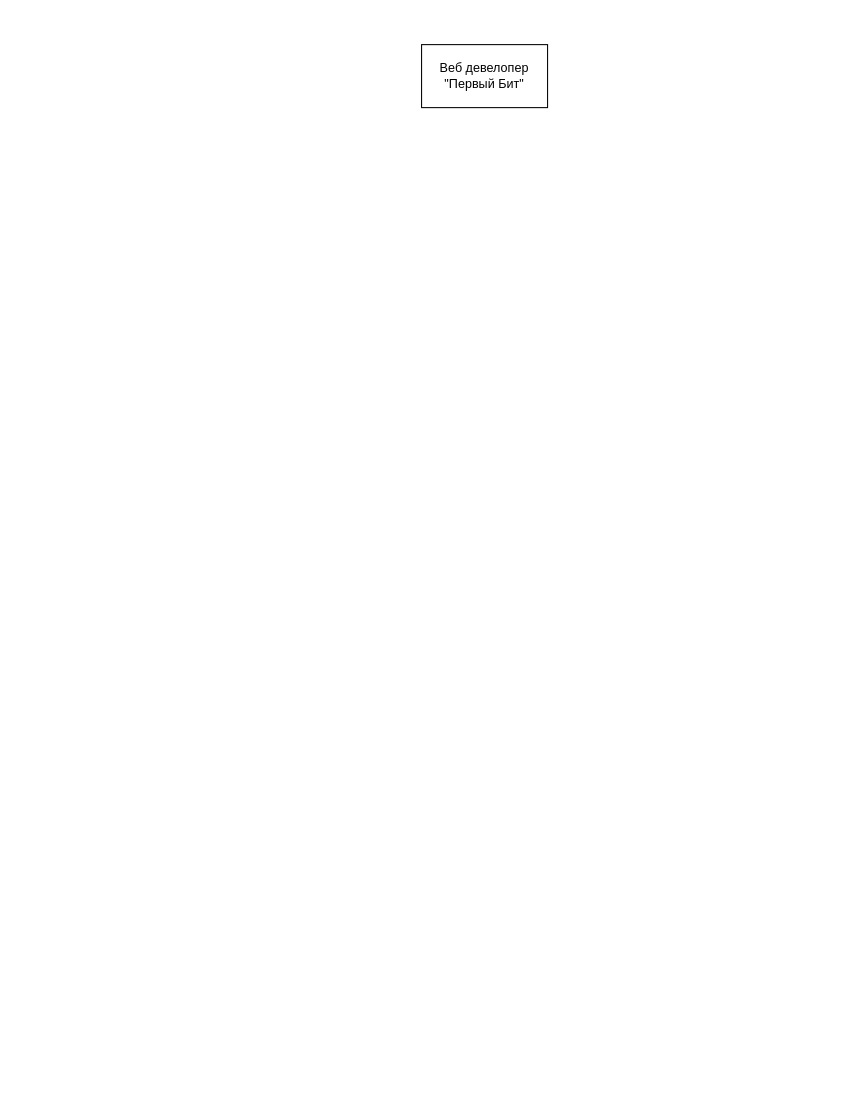
This is 03.Tasks/Task03.drawio from allseenn/bp, a draw.io file, before an edit. Source tidied: cells renumbered, new cells numbered last; positions are measured from the earlier drawing's top-left corner, leaving out a move shared by most shapes. Both pictures are drawn from the tidied source at 105%, with x=0, y=0 at pixel (421, 44).
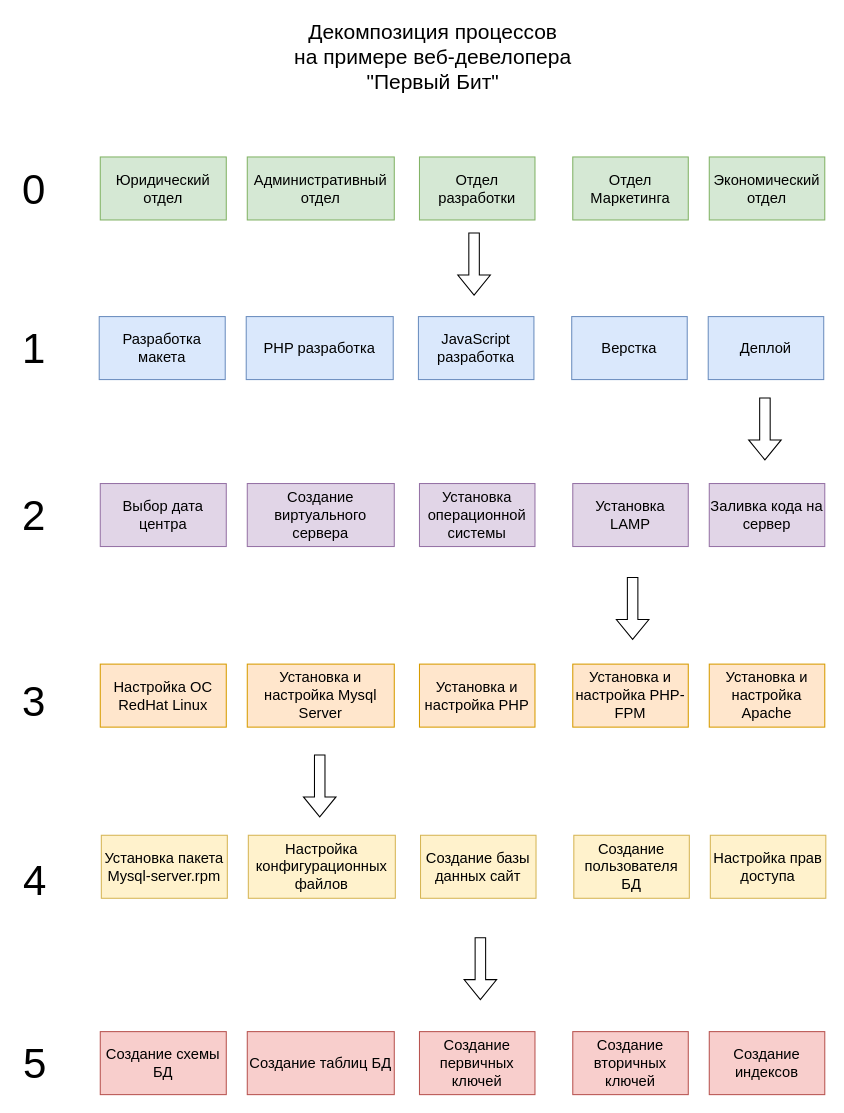
Above is the later version.

The edit, as a diff of the source:
```diff
@@
-    <mxCell id="2" value="&lt;div&gt;Веб девелопер&lt;/div&gt;&lt;div&gt;&quot;Первый Бит&quot;&lt;br&gt;&lt;/div&gt;" style="rounded=0;whiteSpace=wrap;html=1;" parent="1" vertex="1">
-      <mxGeometry width="120" height="60" as="geometry" />
-    </mxCell>
+    <mxCell id="3" value="&lt;font style=&quot;font-size: 20px;&quot;&gt;Декомпозиция процессов&lt;br&gt;&lt;/font&gt;&lt;div style=&quot;font-size: 20px;&quot;&gt;&lt;font style=&quot;font-size: 20px;&quot;&gt;на примере веб-девелопера&lt;/font&gt;&lt;/div&gt;&lt;div style=&quot;font-size: 20px;&quot;&gt;&lt;font style=&quot;font-size: 20px;&quot;&gt;&quot;Первый Бит&quot;&lt;font style=&quot;font-size: 20px;&quot;&gt;&lt;br&gt;&lt;/font&gt;&lt;/font&gt;&lt;/div&gt;" style="text;html=1;strokeColor=none;fillColor=none;align=center;verticalAlign=middle;whiteSpace=wrap;rounded=0;" parent="1" vertex="1">
+      <mxGeometry x="-144" y="-14" width="310" height="50" as="geometry" />
+    </mxCell>
+    <mxCell id="4" value="Административный отдел" style="rounded=0;whiteSpace=wrap;html=1;fontSize=14;fillColor=#d5e8d4;strokeColor=#82b366;" parent="1" vertex="1">
+      <mxGeometry x="-166" y="107" width="140" height="60" as="geometry" />
+    </mxCell>
+    <mxCell id="5" value="Отдел разработки" style="rounded=0;whiteSpace=wrap;html=1;fontSize=14;fillColor=#d5e8d4;strokeColor=#82b366;" parent="1" vertex="1">
+      <mxGeometry x="-2" y="107" width="110" height="60" as="geometry" />
+    </mxCell>
+    <mxCell id="6" value="Экономический отдел" style="rounded=0;whiteSpace=wrap;html=1;fontSize=14;fillColor=#d5e8d4;strokeColor=#82b366;" parent="1" vertex="1">
+      <mxGeometry x="274" y="107" width="110" height="60" as="geometry" />
+    </mxCell>
+    <mxCell id="7" value="Юридический отдел" style="rounded=0;whiteSpace=wrap;html=1;fontSize=14;fillColor=#d5e8d4;strokeColor=#82b366;" parent="1" vertex="1">
+      <mxGeometry x="-306" y="107" width="120" height="60" as="geometry" />
+    </mxCell>
+    <mxCell id="8" value="&lt;div&gt;Отдел Маркетинга&lt;br&gt;&lt;/div&gt;" style="rounded=0;whiteSpace=wrap;html=1;fontSize=14;fillColor=#d5e8d4;strokeColor=#82b366;" parent="1" vertex="1">
+      <mxGeometry x="144" y="107" width="110" height="60" as="geometry" />
+    </mxCell>
+    <mxCell id="9" value="PHP разработка" style="rounded=0;whiteSpace=wrap;html=1;fontSize=14;fillColor=#dae8fc;strokeColor=#6c8ebf;" parent="1" vertex="1">
+      <mxGeometry x="-167" y="259" width="140" height="60" as="geometry" />
+    </mxCell>
+    <mxCell id="10" value="JavaScript разработка" style="rounded=0;whiteSpace=wrap;html=1;fontSize=14;fillColor=#dae8fc;strokeColor=#6c8ebf;" parent="1" vertex="1">
+      <mxGeometry x="-3" y="259" width="110" height="60" as="geometry" />
+    </mxCell>
+    <mxCell id="11" value="Деплой" style="rounded=0;whiteSpace=wrap;html=1;fontSize=14;fillColor=#dae8fc;strokeColor=#6c8ebf;" parent="1" vertex="1">
+      <mxGeometry x="273" y="259" width="110" height="60" as="geometry" />
+    </mxCell>
+    <mxCell id="12" value="Разработка макета" style="rounded=0;whiteSpace=wrap;html=1;fontSize=14;fillColor=#dae8fc;strokeColor=#6c8ebf;" parent="1" vertex="1">
+      <mxGeometry x="-307" y="259" width="120" height="60" as="geometry" />
+    </mxCell>
+    <mxCell id="13" value="Верстка" style="rounded=0;whiteSpace=wrap;html=1;fontSize=14;fillColor=#dae8fc;strokeColor=#6c8ebf;" parent="1" vertex="1">
+      <mxGeometry x="143" y="259" width="110" height="60" as="geometry" />
+    </mxCell>
+    <mxCell id="14" value="Создание виртуального сервера" style="rounded=0;whiteSpace=wrap;html=1;fontSize=14;fillColor=#e1d5e7;strokeColor=#9673a6;" parent="1" vertex="1">
+      <mxGeometry x="-166" y="418" width="140" height="60" as="geometry" />
+    </mxCell>
+    <mxCell id="15" value="Установка операционной системы" style="rounded=0;whiteSpace=wrap;html=1;fontSize=14;fillColor=#e1d5e7;strokeColor=#9673a6;" parent="1" vertex="1">
+      <mxGeometry x="-2" y="418" width="110" height="60" as="geometry" />
+    </mxCell>
+    <mxCell id="16" value="Заливка кода на сервер" style="rounded=0;whiteSpace=wrap;html=1;fontSize=14;fillColor=#e1d5e7;strokeColor=#9673a6;" parent="1" vertex="1">
+      <mxGeometry x="274" y="418" width="110" height="60" as="geometry" />
+    </mxCell>
+    <mxCell id="17" value="Выбор дата центра" style="rounded=0;whiteSpace=wrap;html=1;fontSize=14;fillColor=#e1d5e7;strokeColor=#9673a6;" parent="1" vertex="1">
+      <mxGeometry x="-306" y="418" width="120" height="60" as="geometry" />
+    </mxCell>
+    <mxCell id="18" value="Установка LAMP" style="rounded=0;whiteSpace=wrap;html=1;fontSize=14;fillColor=#e1d5e7;strokeColor=#9673a6;" parent="1" vertex="1">
+      <mxGeometry x="144" y="418" width="110" height="60" as="geometry" />
+    </mxCell>
+    <mxCell id="19" value="Установка и настройка Mysql Server" style="rounded=0;whiteSpace=wrap;html=1;fontSize=14;fillColor=#ffe6cc;strokeColor=#d79b00;" parent="1" vertex="1">
+      <mxGeometry x="-166" y="590" width="140" height="60" as="geometry" />
+    </mxCell>
+    <mxCell id="20" value="Установка и настройка PHP" style="rounded=0;whiteSpace=wrap;html=1;fontSize=14;fillColor=#ffe6cc;strokeColor=#d79b00;" parent="1" vertex="1">
+      <mxGeometry x="-2" y="590" width="110" height="60" as="geometry" />
+    </mxCell>
+    <mxCell id="21" value="Установка и настройка Apache" style="rounded=0;whiteSpace=wrap;html=1;fontSize=14;fillColor=#ffe6cc;strokeColor=#d79b00;" parent="1" vertex="1">
+      <mxGeometry x="274" y="590" width="110" height="60" as="geometry" />
+    </mxCell>
+    <mxCell id="22" value="Настройка ОС RedHat Linux" style="rounded=0;whiteSpace=wrap;html=1;fontSize=14;fillColor=#ffe6cc;strokeColor=#d79b00;" parent="1" vertex="1">
+      <mxGeometry x="-306" y="590" width="120" height="60" as="geometry" />
+    </mxCell>
+    <mxCell id="23" value="&lt;div&gt;Установка и настройка PHP-FPM&lt;br&gt;&lt;/div&gt;" style="rounded=0;whiteSpace=wrap;html=1;fontSize=14;fillColor=#ffe6cc;strokeColor=#d79b00;" parent="1" vertex="1">
+      <mxGeometry x="144" y="590" width="110" height="60" as="geometry" />
+    </mxCell>
+    <mxCell id="24" value="Настройка конфигурационных файлов" style="rounded=0;whiteSpace=wrap;html=1;fontSize=14;fillColor=#fff2cc;strokeColor=#d6b656;" parent="1" vertex="1">
+      <mxGeometry x="-165" y="753" width="140" height="60" as="geometry" />
+    </mxCell>
+    <mxCell id="25" value="Создание базы данных сайт" style="rounded=0;whiteSpace=wrap;html=1;fontSize=14;fillColor=#fff2cc;strokeColor=#d6b656;" parent="1" vertex="1">
+      <mxGeometry x="-1" y="753" width="110" height="60" as="geometry" />
+    </mxCell>
+    <mxCell id="26" value="Настройка прав доступа" style="rounded=0;whiteSpace=wrap;html=1;fontSize=14;fillColor=#fff2cc;strokeColor=#d6b656;" parent="1" vertex="1">
+      <mxGeometry x="275" y="753" width="110" height="60" as="geometry" />
+    </mxCell>
+    <mxCell id="27" value="Установка пакета Mysql-server.rpm" style="rounded=0;whiteSpace=wrap;html=1;fontSize=14;fillColor=#fff2cc;strokeColor=#d6b656;" parent="1" vertex="1">
+      <mxGeometry x="-305" y="753" width="120" height="60" as="geometry" />
+    </mxCell>
+    <mxCell id="28" value="Создание пользователя БД" style="rounded=0;whiteSpace=wrap;html=1;fontSize=14;fillColor=#fff2cc;strokeColor=#d6b656;" parent="1" vertex="1">
+      <mxGeometry x="145" y="753" width="110" height="60" as="geometry" />
+    </mxCell>
+    <mxCell id="29" value="Создание таблиц БД" style="rounded=0;whiteSpace=wrap;html=1;fontSize=14;fillColor=#f8cecc;strokeColor=#b85450;" parent="1" vertex="1">
+      <mxGeometry x="-166" y="940" width="140" height="60" as="geometry" />
+    </mxCell>
+    <mxCell id="30" value="Создание первичных ключей" style="rounded=0;whiteSpace=wrap;html=1;fontSize=14;fillColor=#f8cecc;strokeColor=#b85450;" parent="1" vertex="1">
+      <mxGeometry x="-2" y="940" width="110" height="60" as="geometry" />
+    </mxCell>
+    <mxCell id="31" value="Создание индексов " style="rounded=0;whiteSpace=wrap;html=1;fontSize=14;fillColor=#f8cecc;strokeColor=#b85450;" parent="1" vertex="1">
+      <mxGeometry x="274" y="940" width="110" height="60" as="geometry" />
+    </mxCell>
+    <mxCell id="32" value="Создание схемы БД" style="rounded=0;whiteSpace=wrap;html=1;fontSize=14;fillColor=#f8cecc;strokeColor=#b85450;" parent="1" vertex="1">
+      <mxGeometry x="-306" y="940" width="120" height="60" as="geometry" />
+    </mxCell>
+    <mxCell id="33" value="Создание вторичных ключей" style="rounded=0;whiteSpace=wrap;html=1;fontSize=14;fillColor=#f8cecc;strokeColor=#b85450;" parent="1" vertex="1">
+      <mxGeometry x="144" y="940" width="110" height="60" as="geometry" />
+    </mxCell>
+    <mxCell id="34" value="&lt;font style=&quot;font-size: 40px;&quot;&gt;0&lt;/font&gt;" style="text;html=1;strokeColor=none;fillColor=none;align=center;verticalAlign=middle;whiteSpace=wrap;rounded=0;fontSize=14;" parent="1" vertex="1">
+      <mxGeometry x="-384" y="122" width="30" height="30" as="geometry" />
+    </mxCell>
+    <mxCell id="35" value="&lt;font style=&quot;font-size: 40px;&quot;&gt;3&lt;/font&gt;" style="text;html=1;strokeColor=none;fillColor=none;align=center;verticalAlign=middle;whiteSpace=wrap;rounded=0;fontSize=14;" parent="1" vertex="1">
+      <mxGeometry x="-384" y="610" width="30" height="30" as="geometry" />
+    </mxCell>
+    <mxCell id="36" value="&lt;font style=&quot;font-size: 40px;&quot;&gt;2&lt;/font&gt;" style="text;html=1;strokeColor=none;fillColor=none;align=center;verticalAlign=middle;whiteSpace=wrap;rounded=0;fontSize=14;" parent="1" vertex="1">
+      <mxGeometry x="-384" y="433" width="30" height="30" as="geometry" />
+    </mxCell>
+    <mxCell id="37" value="&lt;font style=&quot;font-size: 40px;&quot;&gt;1&lt;/font&gt;" style="text;html=1;strokeColor=none;fillColor=none;align=center;verticalAlign=middle;whiteSpace=wrap;rounded=0;fontSize=14;" parent="1" vertex="1">
+      <mxGeometry x="-384" y="274" width="30" height="30" as="geometry" />
+    </mxCell>
+    <mxCell id="38" value="&lt;font style=&quot;font-size: 40px;&quot;&gt;4&lt;/font&gt;" style="text;html=1;strokeColor=none;fillColor=none;align=center;verticalAlign=middle;whiteSpace=wrap;rounded=0;fontSize=14;" parent="1" vertex="1">
+      <mxGeometry x="-383" y="780" width="30" height="30" as="geometry" />
+    </mxCell>
+    <mxCell id="39" value="&lt;font style=&quot;font-size: 40px;&quot;&gt;5&lt;/font&gt;" style="text;html=1;strokeColor=none;fillColor=none;align=center;verticalAlign=middle;whiteSpace=wrap;rounded=0;fontSize=14;" parent="1" vertex="1">
+      <mxGeometry x="-383" y="955" width="30" height="30" as="geometry" />
+    </mxCell>
+    <mxCell id="40" style="shape=flexArrow;endArrow=classic;html=1;rounded=0;fontSize=20;" parent="1" edge="1">
+      <mxGeometry relative="1" as="geometry">
+        <mxPoint x="50" y="179" as="sourcePoint" />
+        <mxPoint x="50" y="239" as="targetPoint" />
+      </mxGeometry>
+    </mxCell>
+    <mxCell id="41" style="shape=flexArrow;endArrow=classic;html=1;rounded=0;fontSize=20;" parent="1" edge="1">
+      <mxGeometry relative="1" as="geometry">
+        <mxPoint x="327" y="336" as="sourcePoint" />
+        <mxPoint x="327" y="396" as="targetPoint" />
+      </mxGeometry>
+    </mxCell>
+    <mxCell id="42" style="shape=flexArrow;endArrow=classic;html=1;rounded=0;fontSize=20;" parent="1" edge="1">
+      <mxGeometry relative="1" as="geometry">
+        <mxPoint x="201" y="507" as="sourcePoint" />
+        <mxPoint x="201" y="567" as="targetPoint" />
+      </mxGeometry>
+    </mxCell>
+    <mxCell id="43" style="shape=flexArrow;endArrow=classic;html=1;rounded=0;fontSize=20;" parent="1" edge="1">
+      <mxGeometry relative="1" as="geometry">
+        <mxPoint x="-97" y="676" as="sourcePoint" />
+        <mxPoint x="-97" y="736" as="targetPoint" />
+      </mxGeometry>
+    </mxCell>
+    <mxCell id="44" style="shape=flexArrow;endArrow=classic;html=1;rounded=0;fontSize=20;" parent="1" edge="1">
+      <mxGeometry relative="1" as="geometry">
+        <mxPoint x="56" y="850" as="sourcePoint" />
+        <mxPoint x="56" y="910" as="targetPoint" />
+      </mxGeometry>
+    </mxCell>
```
